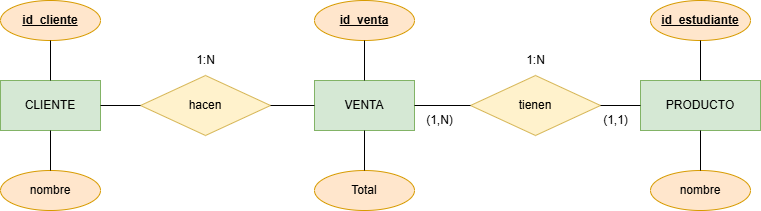
Before: Unidad 4/Images/Normalizacion6.drawio.png, a diagram exported from draw.io (Jaironso/BBDD). Source tidied: cells renumbered, new cells last; positions are measured from the earlier drawing's top-left corner, leaving out a move shared by most shapes. The source it was exported from:
```xml
<mxGraphModel>
  <root>
    <mxCell id="0" />
    <mxCell id="1" parent="0" />
    <mxCell id="2" value="VENTA" style="html=1;dashed=0;whiteSpace=wrap;fillColor=#d5e8d4;strokeColor=#82b366;" parent="1" vertex="1">
      <mxGeometry x="314" y="80" width="100" height="50" as="geometry" />
    </mxCell>
    <mxCell id="3" value="PRODUCTO" style="html=1;dashed=0;whiteSpace=wrap;fillColor=#d5e8d4;strokeColor=#82b366;" parent="1" vertex="1">
      <mxGeometry x="640" y="80" width="120" height="50" as="geometry" />
    </mxCell>
    <mxCell id="4" value="CLIENTE" style="html=1;dashed=0;whiteSpace=wrap;fillColor=#d5e8d4;strokeColor=#82b366;" parent="1" vertex="1">
      <mxGeometry y="80" width="100" height="50" as="geometry" />
    </mxCell>
    <mxCell id="5" value="hacen" style="shape=rhombus;html=1;dashed=0;whiteSpace=wrap;perimeter=rhombusPerimeter;fillColor=#fff2cc;strokeColor=#d6b656;" parent="1" vertex="1">
      <mxGeometry x="140" y="75" width="130" height="60" as="geometry" />
    </mxCell>
    <mxCell id="6" value="tienen" style="shape=rhombus;html=1;dashed=0;whiteSpace=wrap;perimeter=rhombusPerimeter;fillColor=#fff2cc;strokeColor=#d6b656;" parent="1" vertex="1">
      <mxGeometry x="470" y="75" width="130" height="60" as="geometry" />
    </mxCell>
    <mxCell id="7" style="endArrow=none;html=1;rounded=0;exitX=1;exitY=0.5;exitDx=0;exitDy=0;entryX=0;entryY=0.5;entryDx=0;entryDy=0;" parent="1" edge="1" source="4" target="5">
      <mxGeometry relative="1" as="geometry" />
    </mxCell>
    <mxCell id="8" style="endArrow=none;html=1;rounded=0;exitX=1;exitY=0.5;exitDx=0;exitDy=0;entryX=0;entryY=0.5;entryDx=0;entryDy=0;" parent="1" edge="1" source="5" target="2">
      <mxGeometry relative="1" as="geometry" />
    </mxCell>
    <mxCell id="9" value="1:N" style="text;html=1;align=center;verticalAlign=middle;strokeColor=none;fillColor=none;" parent="1" vertex="1">
      <mxGeometry x="185" y="45" width="40" height="30" as="geometry" />
    </mxCell>
    <mxCell id="10" style="endArrow=none;html=1;rounded=0;exitX=1;exitY=0.5;exitDx=0;exitDy=0;entryX=0;entryY=0.5;entryDx=0;entryDy=0;" parent="1" edge="1" source="2" target="6">
      <mxGeometry relative="1" as="geometry" />
    </mxCell>
    <mxCell id="11" style="endArrow=none;html=1;rounded=0;entryX=1;entryY=0.5;entryDx=0;entryDy=0;exitX=0;exitY=0.5;exitDx=0;exitDy=0;" parent="1" edge="1" source="3" target="6">
      <mxGeometry relative="1" as="geometry" />
    </mxCell>
    <mxCell id="12" value="(1,1)" style="text;html=1;align=center;verticalAlign=middle;strokeColor=none;fillColor=none;" parent="1" vertex="1">
      <mxGeometry x="590" y="105" width="50" height="30" as="geometry" />
    </mxCell>
    <mxCell id="13" value="1:N" style="text;html=1;align=center;verticalAlign=middle;strokeColor=none;fillColor=none;" parent="1" vertex="1">
      <mxGeometry x="515" y="45" width="40" height="30" as="geometry" />
    </mxCell>
    <mxCell id="14" value="&lt;u&gt;&lt;b&gt;id_venta&lt;/b&gt;&lt;/u&gt;" style="ellipse;whiteSpace=wrap;html=1;align=center;fillColor=#ffe6cc;strokeColor=#d79b00;" parent="1" vertex="1">
      <mxGeometry x="314" width="100" height="40" as="geometry" />
    </mxCell>
    <mxCell id="15" value="&lt;u&gt;&lt;b&gt;id_estudiante&lt;/b&gt;&lt;/u&gt;" style="ellipse;whiteSpace=wrap;html=1;align=center;fillColor=#ffe6cc;strokeColor=#d79b00;" parent="1" vertex="1">
      <mxGeometry x="650" width="100" height="40" as="geometry" />
    </mxCell>
    <mxCell id="16" value="&lt;b&gt;&lt;u&gt;id_cliente&lt;/u&gt;&lt;/b&gt;" style="ellipse;whiteSpace=wrap;html=1;align=center;fillColor=#ffe6cc;strokeColor=#d79b00;" parent="1" vertex="1">
      <mxGeometry width="100" height="40" as="geometry" />
    </mxCell>
    <mxCell id="17" value="nombre" style="ellipse;whiteSpace=wrap;html=1;align=center;fillColor=#ffe6cc;strokeColor=#d79b00;" parent="1" vertex="1">
      <mxGeometry x="650" y="170" width="100" height="40" as="geometry" />
    </mxCell>
    <mxCell id="18" style="endArrow=none;html=1;rounded=0;exitX=0.5;exitY=1;exitDx=0;exitDy=0;entryX=0.5;entryY=0;entryDx=0;entryDy=0;" parent="1" edge="1" source="16" target="4">
      <mxGeometry relative="1" as="geometry" />
    </mxCell>
    <mxCell id="19" style="endArrow=none;html=1;rounded=0;exitX=0.5;exitY=0;exitDx=0;exitDy=0;entryX=0.5;entryY=1;entryDx=0;entryDy=0;" parent="1" edge="1" source="2" target="14">
      <mxGeometry relative="1" as="geometry" />
    </mxCell>
    <mxCell id="20" style="endArrow=none;html=1;rounded=0;entryX=0.5;entryY=0;entryDx=0;entryDy=0;exitX=0.5;exitY=1;exitDx=0;exitDy=0;" parent="1" edge="1" source="15" target="3">
      <mxGeometry relative="1" as="geometry" />
    </mxCell>
    <mxCell id="21" style="endArrow=none;html=1;rounded=0;exitX=0.5;exitY=0;exitDx=0;exitDy=0;entryX=0.5;entryY=1;entryDx=0;entryDy=0;" parent="1" edge="1" source="17" target="3">
      <mxGeometry relative="1" as="geometry" />
    </mxCell>
    <mxCell id="22" value="(1,N)" style="text;html=1;align=center;verticalAlign=middle;strokeColor=none;fillColor=none;" parent="1" vertex="1">
      <mxGeometry x="414" y="105" width="50" height="30" as="geometry" />
    </mxCell>
    <mxCell id="23" value="nombre" style="ellipse;whiteSpace=wrap;html=1;align=center;fillColor=#ffe6cc;strokeColor=#d79b00;" parent="1" vertex="1">
      <mxGeometry y="170" width="100" height="40" as="geometry" />
    </mxCell>
    <mxCell id="24" style="endArrow=none;html=1;rounded=0;exitX=0.5;exitY=1;exitDx=0;exitDy=0;entryX=0.5;entryY=0;entryDx=0;entryDy=0;" parent="1" edge="1" source="4" target="23">
      <mxGeometry relative="1" as="geometry" />
    </mxCell>
    <mxCell id="25" value="Total" style="ellipse;whiteSpace=wrap;html=1;align=center;fillColor=#ffe6cc;strokeColor=#d79b00;" parent="1" vertex="1">
      <mxGeometry x="314" y="170" width="100" height="40" as="geometry" />
    </mxCell>
    <mxCell id="26" style="endArrow=none;html=1;rounded=0;exitX=0.5;exitY=0;exitDx=0;exitDy=0;entryX=0.5;entryY=1;entryDx=0;entryDy=0;" parent="1" edge="1" source="25" target="2">
      <mxGeometry relative="1" as="geometry" />
    </mxCell>
  </root>
</mxGraphModel>
```
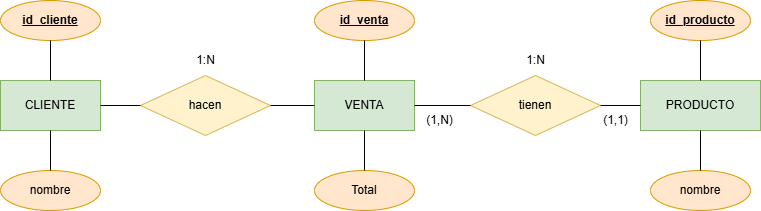
After the change.

What changed in the source:
```diff
@@ -41,7 +41,7 @@
     <mxCell id="14" value="&lt;u&gt;&lt;b&gt;id_venta&lt;/b&gt;&lt;/u&gt;" style="ellipse;whiteSpace=wrap;html=1;align=center;fillColor=#ffe6cc;strokeColor=#d79b00;" parent="1" vertex="1">
       <mxGeometry x="314" width="100" height="40" as="geometry" />
     </mxCell>
-    <mxCell id="15" value="&lt;u&gt;&lt;b&gt;id_estudiante&lt;/b&gt;&lt;/u&gt;" style="ellipse;whiteSpace=wrap;html=1;align=center;fillColor=#ffe6cc;strokeColor=#d79b00;" parent="1" vertex="1">
+    <mxCell id="15" value="&lt;u&gt;&lt;b&gt;id_producto&lt;/b&gt;&lt;/u&gt;" style="ellipse;whiteSpace=wrap;html=1;align=center;fillColor=#ffe6cc;strokeColor=#d79b00;" parent="1" vertex="1">
       <mxGeometry x="650" width="100" height="40" as="geometry" />
     </mxCell>
     <mxCell id="16" value="&lt;b&gt;&lt;u&gt;id_cliente&lt;/u&gt;&lt;/b&gt;" style="ellipse;whiteSpace=wrap;html=1;align=center;fillColor=#ffe6cc;strokeColor=#d79b00;" parent="1" vertex="1">
```
